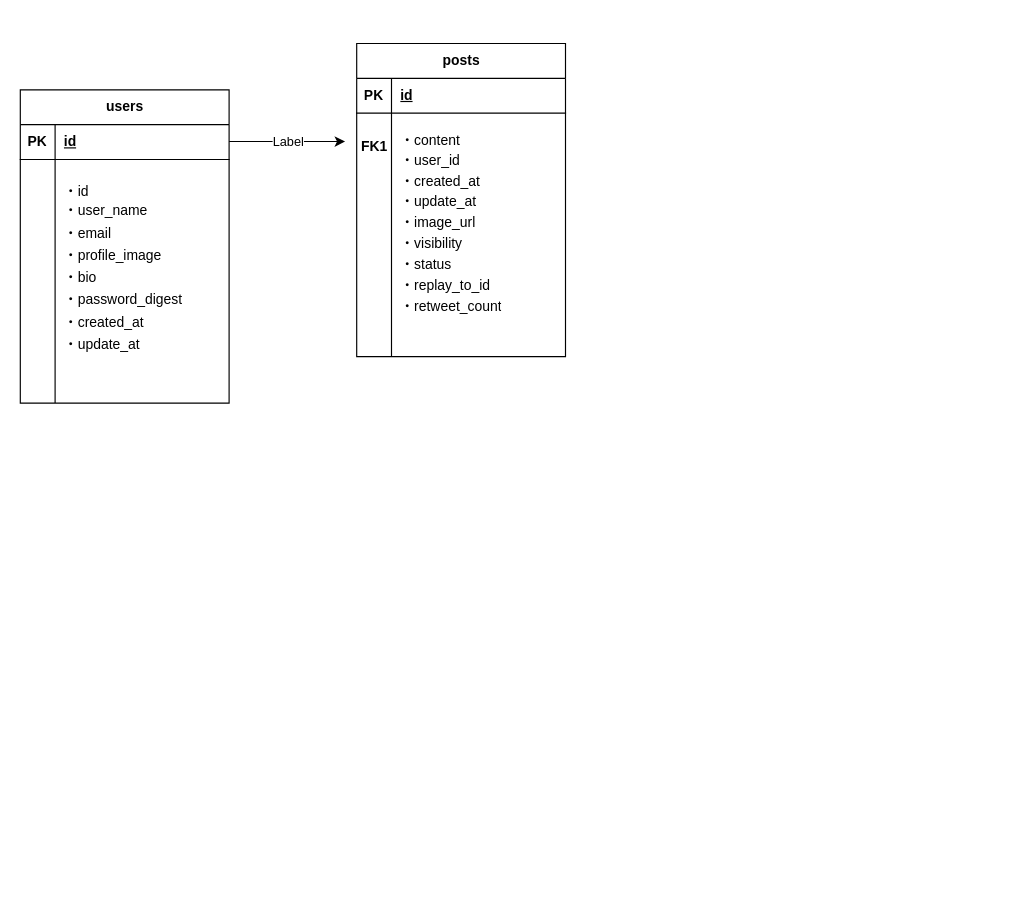
Earlier version of the draw.io diagram .github/ER図お試し.drawio (taisuke-kiyomura-code/learning-area). Source tidied: cells renumbered, new cells numbered last; positions are measured from the earlier drawing's top-left corner, leaving out a move shared by most shapes. Both pictures are drawn from the tidied source at 116%, with x=0, y=0 at pixel (20, 43).
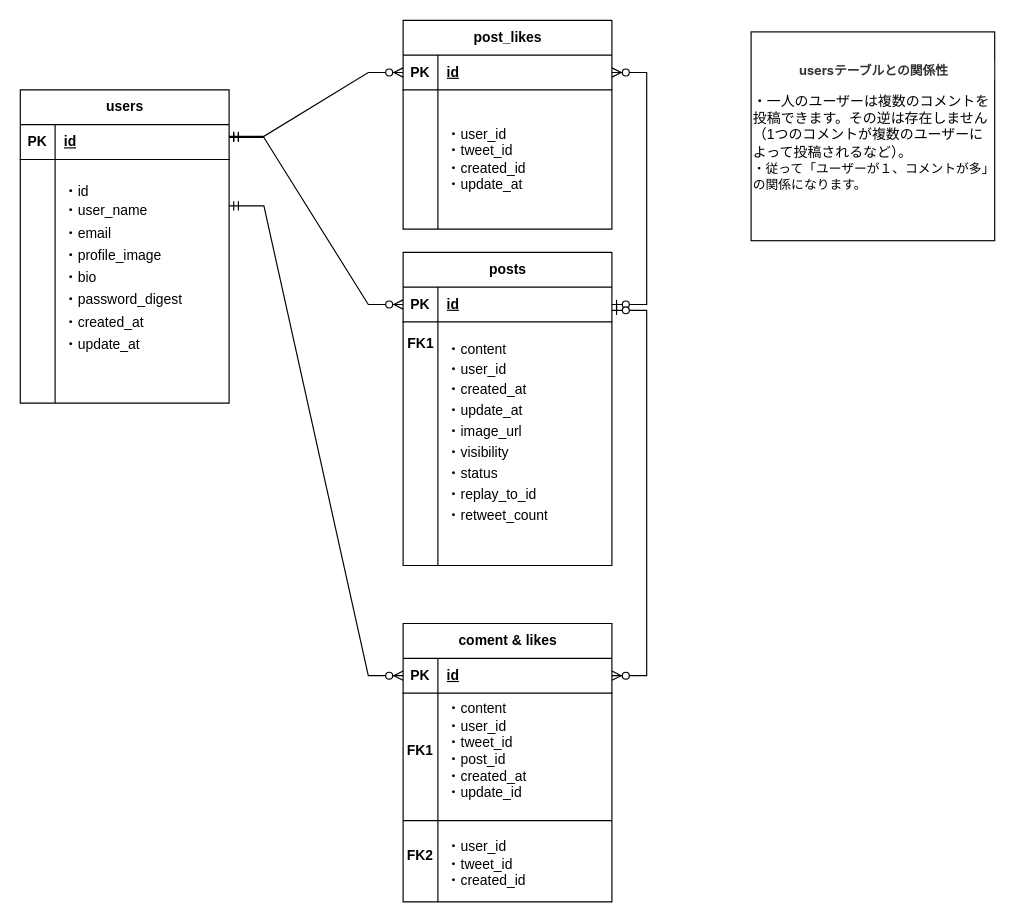
The same diagram, later.

Commit message (it also covers changes not shown here):
ER図お試し.drawio を更新します

Unchanged cells that the change refers to:
```xml
<mxCell id="13" style="shape=tableRow;horizontal=0;startSize=0;swimlaneHead=0;swimlaneBody=0;fillColor=none;points=[[0,0.5],[1,0.5]];portConstraint=eastwest;top=0;left=0;right=0;bottom=1;" parent="12" vertex="1">
  <mxGeometry y="30" width="180" height="30" as="geometry" />
</mxCell>
```

The edit, as a diff of the source:
```diff
@@
     <mxCell id="12" value="&lt;div style=&quot;text-align: start;&quot;&gt;&lt;span style=&quot;background-color: initial; text-wrap: wrap;&quot;&gt;&lt;font face=&quot;-webkit-standard&quot;&gt;posts&lt;/font&gt;&lt;/span&gt;&lt;/div&gt;" style="shape=table;startSize=30;childLayout=tableLayout;rowLines=0;fontStyle=1;align=center;html=1;" parent="1" vertex="1">
-      <mxGeometry x="290" width="180" height="270" as="geometry" />
+      <mxGeometry x="330" y="180" width="180" height="270" as="geometry" />
     </mxCell>
@@
-    <mxCell id="19" style="endArrow=classic;html=1;rounded=0;" parent="1" edge="1">
-      <mxGeometry relative="1" as="geometry">
-        <mxPoint x="180" y="84.5" as="sourcePoint" />
-        <mxPoint x="280" y="84.5" as="targetPoint" />
-        <Array as="points">
-          <mxPoint x="230" y="84.5" />
-        </Array>
-      </mxGeometry>
-    </mxCell>
-    <mxCell id="20" value="Label" style="edgeLabel;html=1;align=center;verticalAlign=middle;" parent="19" vertex="1">
-      <mxGeometry relative="1" as="geometry" />
-    </mxCell>
     <mxCell id="21" value="&lt;font style=&quot;font-size: 12px;&quot;&gt;FK1&lt;/font&gt;" style="text;strokeColor=none;fillColor=none;html=1;fontSize=24;fontStyle=1;verticalAlign=middle;align=center;" parent="1" vertex="1">
-      <mxGeometry x="280" y="70" width="50" height="30" as="geometry" />
+      <mxGeometry x="320" y="240" width="50" height="30" as="geometry" />
     </mxCell>
+    <mxCell id="22" value="coment &amp;amp; likes" style="shape=table;startSize=30;childLayout=tableLayout;rowLines=0;fontStyle=1;align=center;html=1;" parent="1" vertex="1">
+      <mxGeometry x="330" y="500" width="180" height="240" as="geometry" />
+    </mxCell>
+    <mxCell id="23" style="shape=tableRow;horizontal=0;startSize=0;swimlaneHead=0;swimlaneBody=0;fillColor=none;points=[[0,0.5],[1,0.5]];portConstraint=eastwest;top=0;left=0;right=0;bottom=1;" parent="22" vertex="1">
+      <mxGeometry y="30" width="180" height="30" as="geometry" />
+    </mxCell>
+    <mxCell id="24" value="PK" style="shape=partialRectangle;fillColor=none;top=0;left=0;bottom=0;right=0;fontStyle=1;overflow=hidden;whiteSpace=wrap;html=1;" parent="23" vertex="1">
+      <mxGeometry width="30" height="30" as="geometry" />
+    </mxCell>
+    <mxCell id="25" value="id" style="shape=partialRectangle;fillColor=none;top=0;left=0;bottom=0;right=0;align=left;spacingLeft=6;fontStyle=5;overflow=hidden;whiteSpace=wrap;html=1;" parent="23" vertex="1">
+      <mxGeometry x="30" width="150" height="30" as="geometry" />
+    </mxCell>
+    <mxCell id="26" style="shape=tableRow;horizontal=0;startSize=0;swimlaneHead=0;swimlaneBody=0;top=0;left=0;right=0;bottom=0;fillColor=none;swimlaneFillColor=default;strokeWidth=1;" parent="22" vertex="1">
+      <mxGeometry y="60" width="180" height="100" as="geometry" />
+    </mxCell>
+    <mxCell id="27" value="&lt;b&gt;FK1&lt;/b&gt;" style="shape=partialRectangle;fillColor=none;top=0;left=0;bottom=0;right=0;overflow=hidden;whiteSpace=wrap;html=1;" parent="26" vertex="1">
+      <mxGeometry width="30" height="100" as="geometry" />
+    </mxCell>
+    <mxCell id="28" value="・content&lt;div&gt;・user_id&lt;/div&gt;&lt;div&gt;・tweet_id&lt;/div&gt;&lt;div&gt;・post_id&lt;/div&gt;&lt;div&gt;・created_at&lt;/div&gt;&lt;div&gt;・update_id&lt;/div&gt;" style="shape=partialRectangle;fillColor=none;top=0;left=0;bottom=0;right=0;align=left;spacingLeft=6;overflow=hidden;whiteSpace=wrap;html=1;" parent="26" vertex="1">
+      <mxGeometry x="30" width="150" height="100" as="geometry" />
+    </mxCell>
+    <mxCell id="29" style="shape=tableRow;horizontal=0;startSize=0;swimlaneHead=0;swimlaneBody=0;fillColor=none;top=0;left=0;right=0;bottom=0;" parent="22" vertex="1">
+      <mxGeometry y="160" width="180" height="80" as="geometry" />
+    </mxCell>
+    <mxCell id="30" value="&lt;b&gt;FK2&lt;/b&gt;" style="shape=partialRectangle;fillColor=none;top=0;left=0;bottom=0;right=0;overflow=hidden;whiteSpace=wrap;html=1;" parent="29" vertex="1">
+      <mxGeometry width="30" height="80" as="geometry" />
+    </mxCell>
+    <mxCell id="31" value="&lt;div&gt;&lt;br&gt;&lt;/div&gt;・user_id&lt;div&gt;・tweet_id&lt;/div&gt;&lt;div&gt;&lt;span style=&quot;background-color: initial;&quot;&gt;・created_id&lt;/span&gt;&lt;/div&gt;" style="shape=partialRectangle;fillColor=none;top=0;left=0;bottom=0;right=0;align=left;spacingLeft=6;overflow=hidden;whiteSpace=wrap;html=1;" parent="29" vertex="1">
+      <mxGeometry x="30" width="150" height="80" as="geometry" />
+    </mxCell>
+    <mxCell id="32" style="endArrow=none;html=1;rounded=0;" parent="1" edge="1">
+      <mxGeometry relative="1" as="geometry">
+        <mxPoint x="330" y="670" as="sourcePoint" />
+        <mxPoint x="485" y="670" as="targetPoint" />
+        <Array as="points">
+          <mxPoint x="485" y="670" />
+          <mxPoint x="510" y="670" />
+        </Array>
+      </mxGeometry>
+    </mxCell>
+    <mxCell id="33" value="&lt;h4 style=&quot;text-align: center; box-sizing: border-box; margin: 1em 0px 0.5em; line-height: 1.5; color: rgb(51, 51, 51); font-family: -apple-system, &amp;quot;system-ui&amp;quot;, &amp;quot;Helvetica Neue&amp;quot;, Helvetica, &amp;quot;Hiragino Sans&amp;quot;, &amp;quot;ヒラギノ角ゴ ProN W3&amp;quot;, &amp;quot;Hiragino Kaku Gothic ProN&amp;quot;, Arial, メイリオ, Meiryo, sans-serif; background-color: rgb(255, 255, 255); font-size: 11px;&quot;&gt;&lt;font style=&quot;font-size: 11px;&quot;&gt;usersテーブルとの関係性&lt;/font&gt;&lt;/h4&gt;&lt;p style=&quot;box-sizing: border-box; margin-top: 1em; margin-bottom: 1em; line-height: 1.7; color: rgb(51, 51, 51); font-family: -apple-system, &amp;quot;system-ui&amp;quot;, &amp;quot;Helvetica Neue&amp;quot;, Helvetica, &amp;quot;Hiragino Sans&amp;quot;, &amp;quot;ヒラギノ角ゴ ProN W3&amp;quot;, &amp;quot;Hiragino Kaku Gothic ProN&amp;quot;, Arial, メイリオ, Meiryo, sans-serif; background-color: rgb(255, 255, 255); font-size: 11px;&quot;&gt;&lt;/p&gt;&lt;div style=&quot;&quot;&gt;・一人のユーザーは複数のコメントを投稿できます。その逆は存在しません（1つのコメントが複数のユーザーによって投稿されるなど）。&lt;/div&gt;&lt;font style=&quot;font-size: 11px;&quot;&gt;・従って「ユーザーが１、コメントが多」の関係になります。&lt;/font&gt;&lt;p&gt;&lt;/p&gt;&lt;div&gt;&lt;br&gt;&lt;/div&gt;" style="rounded=0;whiteSpace=wrap;html=1;align=left;" parent="1" vertex="1">
+      <mxGeometry x="630" y="-10" width="210" height="180" as="geometry" />
+    </mxCell>
+    <mxCell id="34" style="edgeStyle=entityRelationEdgeStyle;fontSize=12;html=1;endArrow=ERzeroToMany;startArrow=ERmandOne;rounded=0;entryX=0;entryY=0.5;entryDx=0;entryDy=0;" parent="1" edge="1" target="23">
+      <mxGeometry relative="1" as="geometry">
+        <mxPoint x="180" y="140" as="sourcePoint" />
+        <Array as="points">
+          <mxPoint x="250" y="270" />
+        </Array>
+      </mxGeometry>
+    </mxCell>
+    <mxCell id="35" style="edgeStyle=entityRelationEdgeStyle;fontSize=12;html=1;endArrow=ERzeroToMany;startArrow=ERmandOne;rounded=0;entryX=0;entryY=0.5;entryDx=0;entryDy=0;" parent="1" edge="1" target="13">
+      <mxGeometry relative="1" as="geometry">
+        <mxPoint x="180" y="81" as="sourcePoint" />
+        <Array as="points">
+          <mxPoint x="200" y="110" />
+          <mxPoint x="240" y="70" />
+          <mxPoint x="200" y="90" />
+          <mxPoint x="300" y="150" />
+          <mxPoint x="300" y="70" />
+        </Array>
+      </mxGeometry>
+    </mxCell>
+    <mxCell id="36" value="post_likes" style="shape=table;startSize=30;childLayout=tableLayout;rowLines=0;fontStyle=1;align=center;html=1;" parent="1" vertex="1">
+      <mxGeometry x="330" y="-20" width="180" height="180" as="geometry" />
+    </mxCell>
+    <mxCell id="37" style="shape=tableRow;horizontal=0;startSize=0;swimlaneHead=0;swimlaneBody=0;fillColor=none;points=[[0,0.5],[1,0.5]];portConstraint=eastwest;top=0;left=0;right=0;bottom=1;" parent="36" vertex="1">
+      <mxGeometry y="30" width="180" height="30" as="geometry" />
+    </mxCell>
+    <mxCell id="38" value="PK" style="shape=partialRectangle;fillColor=none;top=0;left=0;bottom=0;right=0;fontStyle=1;overflow=hidden;whiteSpace=wrap;html=1;" parent="37" vertex="1">
+      <mxGeometry width="30" height="30" as="geometry" />
+    </mxCell>
+    <mxCell id="39" value="id" style="shape=partialRectangle;fillColor=none;top=0;left=0;bottom=0;right=0;align=left;spacingLeft=6;fontStyle=5;overflow=hidden;whiteSpace=wrap;html=1;" parent="37" vertex="1">
+      <mxGeometry x="30" width="150" height="30" as="geometry" />
+    </mxCell>
+    <mxCell id="40" style="shape=tableRow;horizontal=0;startSize=0;swimlaneHead=0;swimlaneBody=0;fillColor=none;top=0;left=0;right=0;bottom=0;" parent="36" vertex="1">
+      <mxGeometry y="60" width="180" height="120" as="geometry" />
+    </mxCell>
+    <mxCell id="41" style="shape=partialRectangle;fillColor=none;top=0;left=0;bottom=0;right=0;overflow=hidden;whiteSpace=wrap;html=1;" parent="40" vertex="1">
+      <mxGeometry width="30" height="120" as="geometry" />
+    </mxCell>
+    <mxCell id="42" value="・user_id&lt;div&gt;&lt;div&gt;・tweet_id&lt;/div&gt;&lt;div&gt;・created_id&lt;/div&gt;&lt;div&gt;・update_at&lt;/div&gt;&lt;/div&gt;" style="shape=partialRectangle;fillColor=none;top=0;left=0;bottom=0;right=0;align=left;spacingLeft=6;overflow=hidden;whiteSpace=wrap;html=1;" parent="40" vertex="1">
+      <mxGeometry x="30" width="150" height="120" as="geometry" />
+    </mxCell>
+    <mxCell id="43" style="edgeStyle=entityRelationEdgeStyle;fontSize=12;html=1;endArrow=ERzeroToMany;startArrow=ERmandOne;rounded=0;entryX=0;entryY=0.5;entryDx=0;entryDy=0;" parent="1" edge="1" target="37">
+      <mxGeometry relative="1" as="geometry">
+        <mxPoint x="180" y="80" as="sourcePoint" />
+        <Array as="points">
+          <mxPoint x="210" y="109" />
+          <mxPoint x="250" y="69" />
+          <mxPoint x="210" y="89" />
+          <mxPoint x="310" y="149" />
+          <mxPoint x="310" y="69" />
+        </Array>
+      </mxGeometry>
+    </mxCell>
+    <mxCell id="44" style="edgeStyle=entityRelationEdgeStyle;fontSize=12;html=1;endArrow=ERzeroToMany;startArrow=ERzeroToOne;rounded=0;exitX=1;exitY=0.5;exitDx=0;exitDy=0;" parent="1" edge="1" source="13" target="37">
+      <mxGeometry relative="1" as="geometry">
+        <Array as="points">
+          <mxPoint x="580" y="160" />
+          <mxPoint x="600" y="160" />
+          <mxPoint x="590" y="210" />
+          <mxPoint x="610" y="200" />
+          <mxPoint x="590" y="170" />
+        </Array>
+      </mxGeometry>
+    </mxCell>
+    <mxCell id="45" style="edgeStyle=entityRelationEdgeStyle;fontSize=12;html=1;endArrow=ERzeroToMany;startArrow=ERzeroToOne;rounded=0;entryX=1;entryY=0.5;entryDx=0;entryDy=0;exitX=1;exitY=0.667;exitDx=0;exitDy=0;exitPerimeter=0;" parent="1" edge="1" source="13" target="23">
+      <mxGeometry relative="1" as="geometry">
+        <Array as="points">
+          <mxPoint x="580" y="165" />
+          <mxPoint x="530" y="490" />
+          <mxPoint x="580" y="410" />
+          <mxPoint x="590" y="410" />
+          <mxPoint x="600" y="165" />
+          <mxPoint x="590" y="215" />
+          <mxPoint x="610" y="205" />
+          <mxPoint x="590" y="175" />
+        </Array>
+      </mxGeometry>
+    </mxCell>
```
